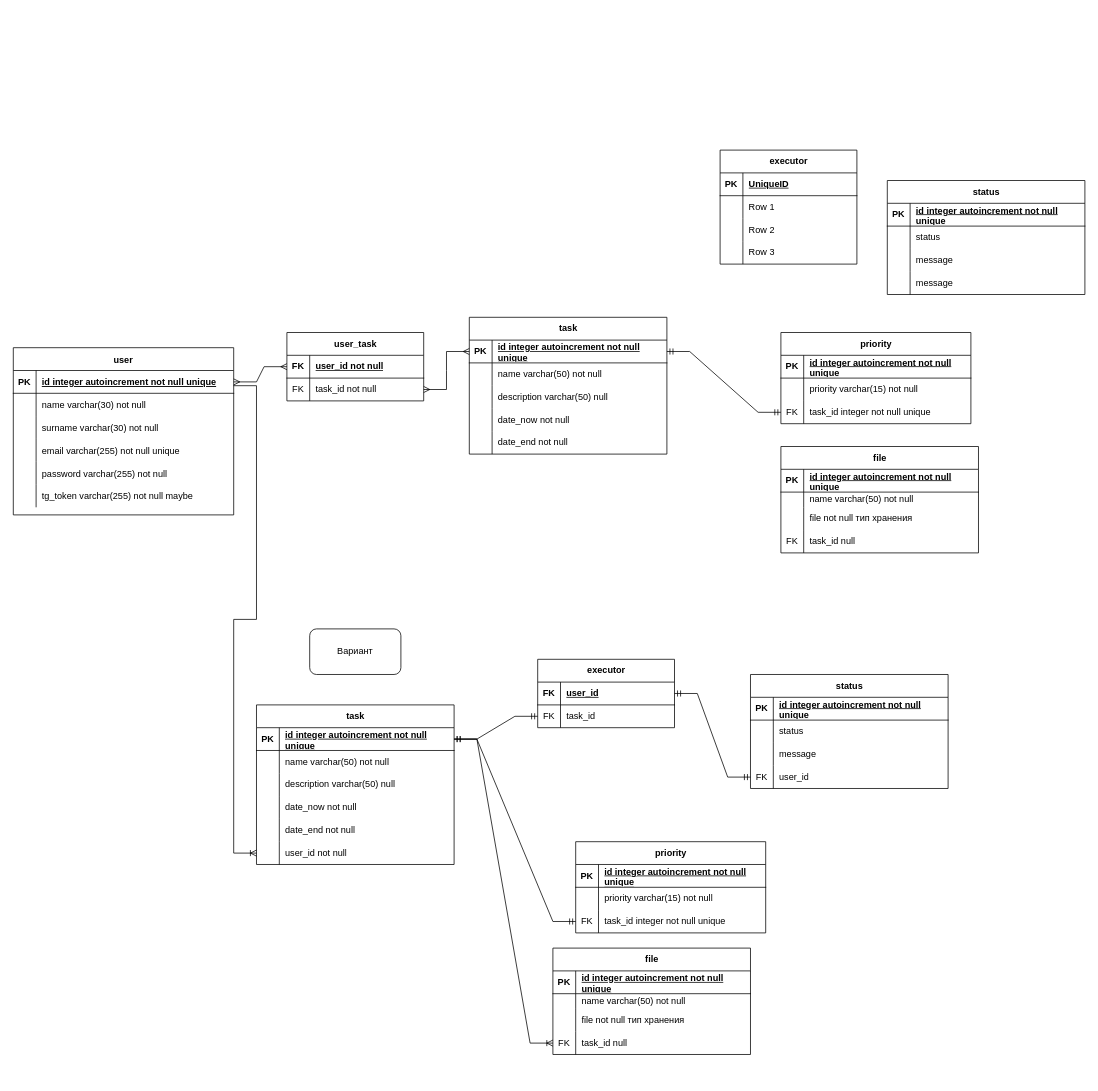
Above: task manager.drawio in KGBT/projects (draw.io), before the change. Source tidied: cells renumbered, new cells numbered last; positions are measured from the earlier drawing's top-left corner, leaving out a move shared by most shapes. Both pictures are drawn from the tidied source at 76%, with x=0, y=0 at pixel (13, 150).
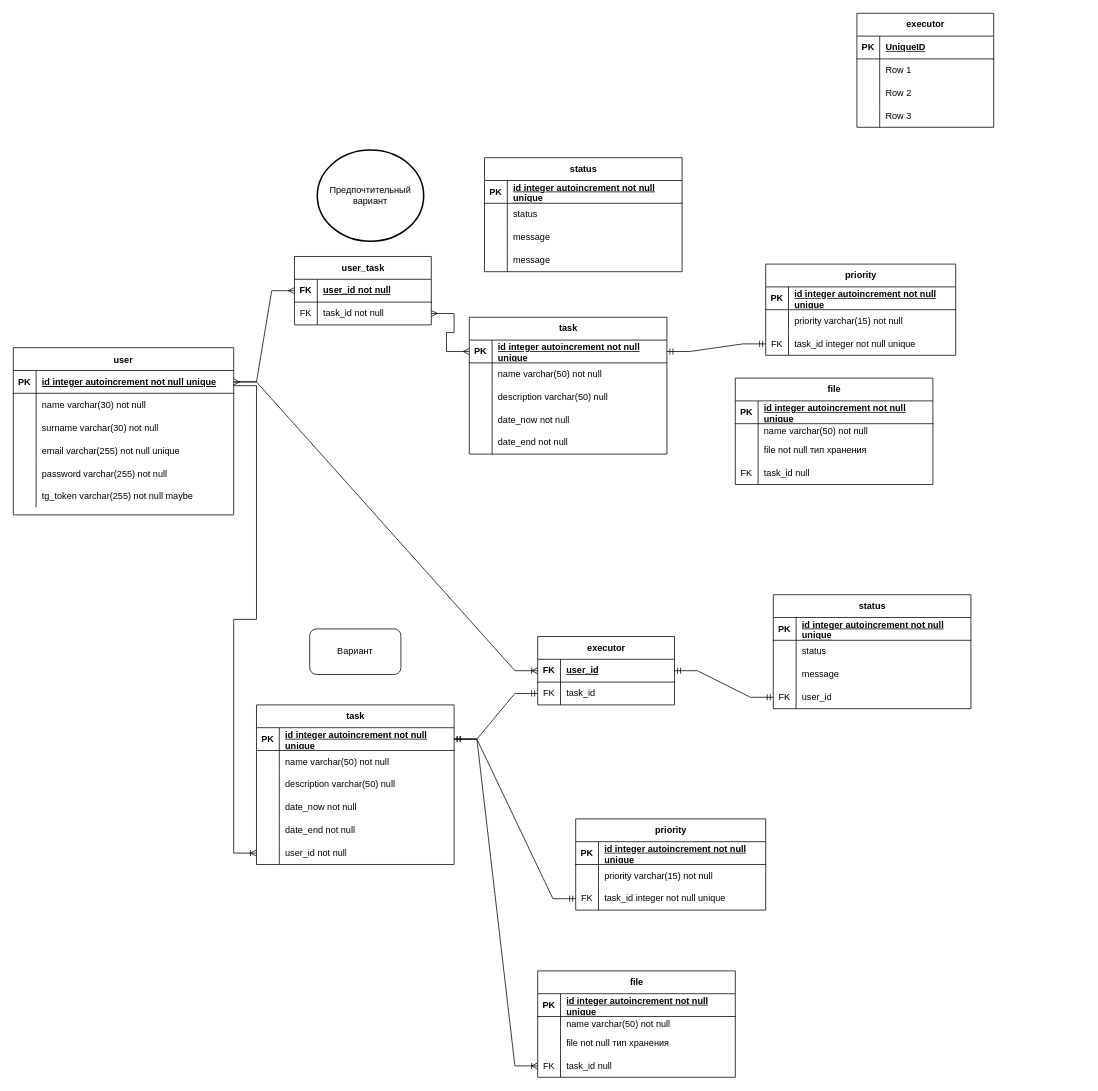
The same diagram, later.

Unchanged cells that the change refers to:
```xml
<mxCell id="3" style="shape=partialRectangle;fillColor=none;points=[[0,0.5],[1,0.5]];portConstraint=eastwest;top=0;left=0;right=0;bottom=1;" parent="2" vertex="1">
  <mxGeometry y="30" width="290" height="30" as="geometry" />
</mxCell>
<mxCell id="154" style="shape=tableRow;horizontal=0;startSize=0;swimlaneHead=0;swimlaneBody=0;fillColor=none;points=[[0,0.5],[1,0.5]];portConstraint=eastwest;top=0;left=0;right=0;bottom=1;" parent="153" vertex="1">
  <mxGeometry y="30" width="180" height="30" as="geometry" />
</mxCell>
```

Diff of the diagram source:
```diff
@@
     <mxCell id="21" value="user_task" style="shape=table;startSize=30;childLayout=tableLayout;rowLines=0;fontStyle=1;align=center;html=1;" parent="1" vertex="1">
-      <mxGeometry x="360" y="240" width="180" height="90" as="geometry" />
+      <mxGeometry x="370" y="140" width="180" height="90" as="geometry" />
     </mxCell>
@@
     <mxCell id="44" value="file" style="shape=table;startSize=30;childLayout=tableLayout;rowLines=0;fontStyle=1;align=center;html=1;" parent="1" vertex="1">
-      <mxGeometry x="1010" y="390" width="260" height="140" as="geometry" />
+      <mxGeometry x="950" y="300" width="260" height="140" as="geometry" />
     </mxCell>
@@
     <mxCell id="57" value="status" style="shape=table;startSize=30;childLayout=tableLayout;rowLines=0;fontStyle=1;align=center;html=1;" parent="1" vertex="1">
-      <mxGeometry x="1150" y="40" width="260" height="150" as="geometry" />
+      <mxGeometry x="620" y="10" width="260" height="150" as="geometry" />
     </mxCell>
@@
     <mxCell id="72" value="priority" style="shape=table;startSize=30;childLayout=tableLayout;rowLines=0;fontStyle=1;align=center;html=1;" parent="1" vertex="1">
-      <mxGeometry x="1010" y="240" width="250" height="120" as="geometry" />
+      <mxGeometry x="990" y="150" width="250" height="120" as="geometry" />
     </mxCell>
@@
     <mxCell id="83" value="executor" style="shape=table;startSize=30;childLayout=tableLayout;rowLines=0;fontStyle=1;align=center;html=1;" parent="1" vertex="1">
-      <mxGeometry x="930" width="180" height="150" as="geometry" />
+      <mxGeometry x="1110" y="-180" width="180" height="150" as="geometry" />
     </mxCell>
@@
     <mxCell id="117" value="file" style="shape=table;startSize=30;childLayout=tableLayout;rowLines=0;fontStyle=1;align=center;html=1;" parent="1" vertex="1">
-      <mxGeometry x="710" y="1050" width="260" height="140" as="geometry" />
+      <mxGeometry x="690" y="1080" width="260" height="140" as="geometry" />
     </mxCell>
@@
     <mxCell id="130" value="priority" style="shape=table;startSize=30;childLayout=tableLayout;rowLines=0;fontStyle=1;align=center;html=1;" parent="1" vertex="1">
-      <mxGeometry x="740" y="910" width="250" height="120" as="geometry" />
+      <mxGeometry x="740" y="880" width="250" height="120" as="geometry" />
     </mxCell>
@@
     <mxCell id="140" value="status" style="shape=table;startSize=30;childLayout=tableLayout;rowLines=0;fontStyle=1;align=center;html=1;" parent="1" vertex="1">
-      <mxGeometry x="970" y="690" width="260" height="150" as="geometry" />
+      <mxGeometry x="1000" y="585" width="260" height="150" as="geometry" />
     </mxCell>
@@
     <mxCell id="153" value="executor" style="shape=table;startSize=30;childLayout=tableLayout;rowLines=0;fontStyle=1;align=center;html=1;" parent="1" vertex="1">
-      <mxGeometry x="690" y="670" width="180" height="90" as="geometry" />
+      <mxGeometry x="690" y="640" width="180" height="90" as="geometry" />
     </mxCell>
@@
+    <mxCell id="164" style="edgeStyle=entityRelationEdgeStyle;fontSize=12;html=1;endArrow=ERoneToMany;rounded=0;entryX=0;entryY=0.5;entryDx=0;entryDy=0;exitX=1;exitY=0.5;exitDx=0;exitDy=0;" parent="1" edge="1" source="3" target="154">
+      <mxGeometry relative="1" as="geometry" />
+    </mxCell>
+    <mxCell id="165" value="Предпочтительный вариант" style="strokeWidth=2;html=1;shape=mxgraph.flowchart.start_1;whiteSpace=wrap;" parent="1" vertex="1">
+      <mxGeometry x="400" width="140" height="120" as="geometry" />
+    </mxCell>
```
